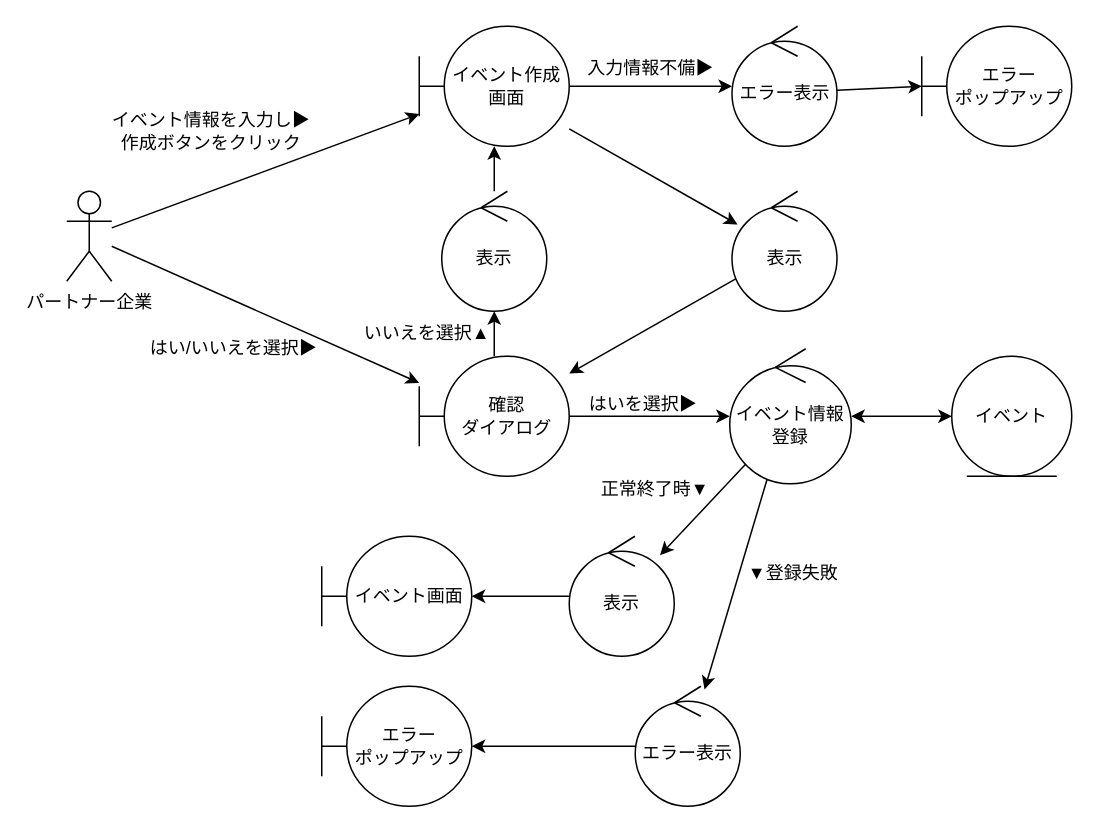
This is page "イベント作成" (6 of 11) of out/ロバストネス図/パートナー企業-ロバストネス図.drawio from ksw2270227/GroupF, a draw.io file, before an edit. Source tidied: cells renumbered, new cells numbered last; positions are measured from the earlier drawing's top-left corner, leaving out a move shared by most shapes. Both pictures are drawn from the tidied source at 150%, with x=0, y=0 at pixel (66, 26).
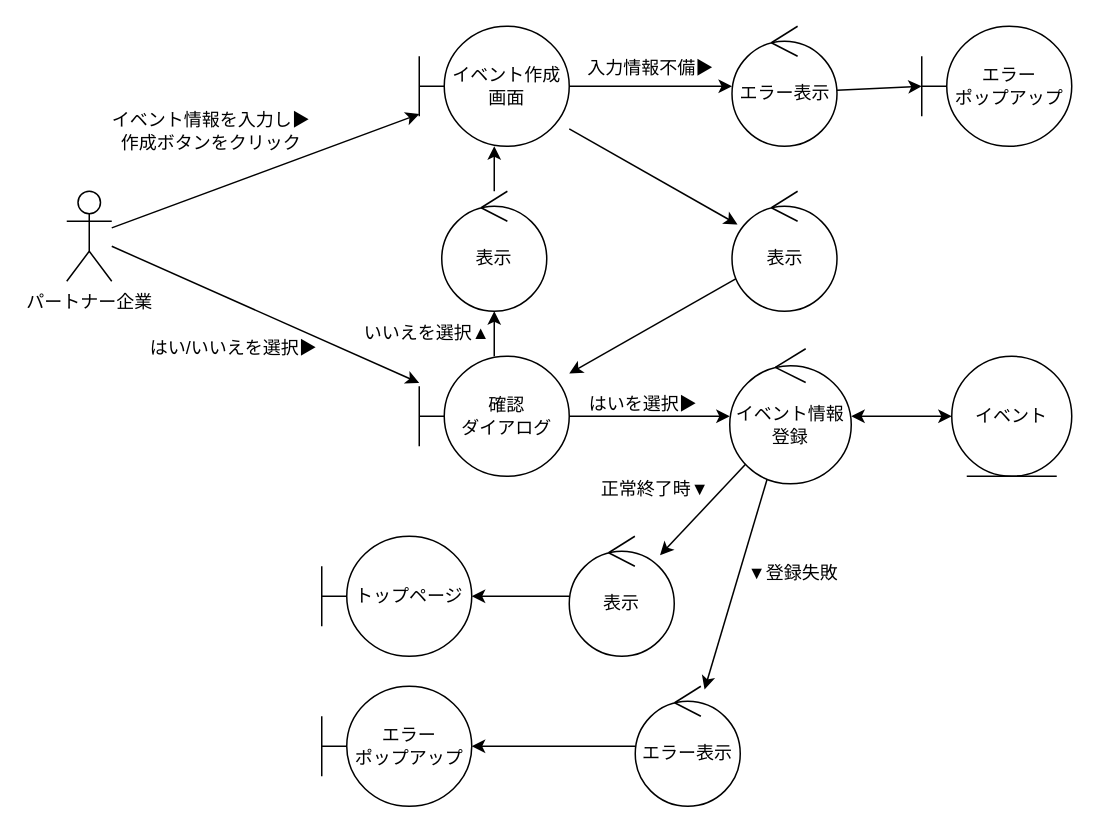
The same diagram, later.

What changed in the source:
```diff
@@
-    <mxCell id="9" value="イベント画面" style="shape=umlBoundary;whiteSpace=wrap;html=1;" parent="1" vertex="1">
+    <mxCell id="9" value="トップページ" style="shape=umlBoundary;whiteSpace=wrap;html=1;" parent="1" vertex="1">
       <mxGeometry x="170" y="340" width="100" height="80" as="geometry" />
     </mxCell>
```
